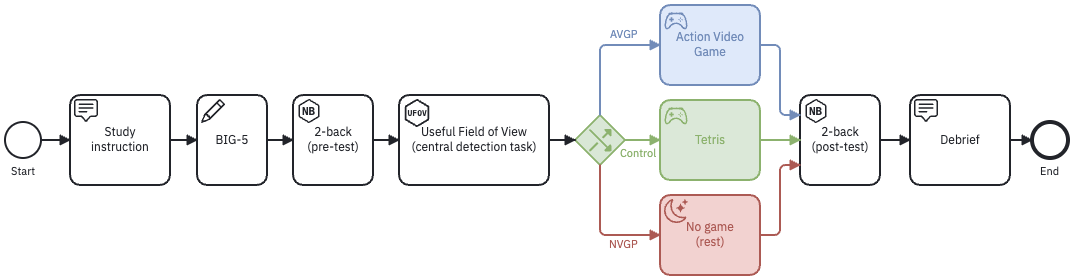
Above: assets/bpmn/studyflow_example_01.png in behaverse/data-model (BPMN), before the change. Its source is kept beside it as assets/bpmn/studyflow_example_01.bpmn. Ids are renumbered. The source it was exported from:
```xml
<bpmn2:definitions xmlns:xsi="http://www.w3.org/2001/XMLSchema-instance" xmlns:bpmn2="http://www.omg.org/spec/BPMN/20100524/MODEL" xmlns:bpmndi="http://www.omg.org/spec/BPMN/20100524/DI" xmlns:dc="http://www.omg.org/spec/DD/20100524/DC" xmlns:di="http://www.omg.org/spec/DD/20100524/DI" xmlns:studyflow="http://behaverse.org/schema/studyflow" xmlns:bioc="http://bpmn.io/schema/bpmn/biocolor/1.0" xmlns:color="http://www.omg.org/spec/BPMN/non-normative/color/1.0" id="sample-diagram" targetNamespace="http://bpmn.io/schema/bpmn" xsi:schemaLocation="http://www.omg.org/spec/BPMN/20100524/MODEL BPMN20.xsd">
  <bpmn2:process id="Process_1" isExecutable="false">
    <bpmn2:startEvent id="StartEvent_1" name="Start">
      <bpmn2:outgoing>Flow_n1</bpmn2:outgoing>
    </bpmn2:startEvent>
    <studyflow:cognitiveTest id="CognitiveTest_n2" name="2-back&#10;(pre-test)" instrument="behaverse" behaverseTask="NB" type="studyflow:CognitiveTest">
      <bpmn2:incoming>Flow_n3</bpmn2:incoming>
      <bpmn2:outgoing>Flow_n4</bpmn2:outgoing>
    </studyflow:cognitiveTest>
    <studyflow:questionnaire id="Questionnaire_n5" name="BIG-5" type="studyflow:Questionnaire">
      <bpmn2:incoming>Flow_n6</bpmn2:incoming>
      <bpmn2:outgoing>Flow_n3</bpmn2:outgoing>
    </studyflow:questionnaire>
    <studyflow:instruction id="Instruction_n7" name="Study instruction" type="studyflow:Instruction">
      <bpmn2:incoming>Flow_n1</bpmn2:incoming>
      <bpmn2:outgoing>Flow_n6</bpmn2:outgoing>
    </studyflow:instruction>
    <studyflow:cognitiveTest id="CognitiveTest_n8" name="Useful Field of View (central detection task)" instrument="behaverse" behaverseTask="UFOV" type="studyflow:CognitiveTest">
      <bpmn2:incoming>Flow_n4</bpmn2:incoming>
      <bpmn2:outgoing>Flow_n9</bpmn2:outgoing>
    </studyflow:cognitiveTest>
    <bpmn2:sequenceFlow id="Flow_n4" sourceRef="CognitiveTest_n2" targetRef="CognitiveTest_n8" />
    <bpmn2:sequenceFlow id="Flow_n3" sourceRef="Questionnaire_n5" targetRef="CognitiveTest_n2" />
    <bpmn2:sequenceFlow id="Flow_n6" sourceRef="Instruction_n7" targetRef="Questionnaire_n5" />
    <studyflow:randomGateway id="RandomGateway_n10" type="studyflow:RandomGateway">
      <bpmn2:incoming>Flow_n9</bpmn2:incoming>
      <bpmn2:outgoing>Flow_n11</bpmn2:outgoing>
      <bpmn2:outgoing>Flow_n12</bpmn2:outgoing>
      <bpmn2:outgoing>Flow_n13</bpmn2:outgoing>
    </studyflow:randomGateway>
    <bpmn2:sequenceFlow id="Flow_n9" sourceRef="CognitiveTest_n8" targetRef="RandomGateway_n10" />
    <studyflow:cognitiveTest id="CognitiveTest_n14" name="Action Video Game" instrument="videoGame" type="studyflow:CognitiveTest">
      <bpmn2:incoming>Flow_n11</bpmn2:incoming>
      <bpmn2:outgoing>Flow_n15</bpmn2:outgoing>
    </studyflow:cognitiveTest>
    <bpmn2:sequenceFlow id="Flow_n11" name="AVGP" sourceRef="RandomGateway_n10" targetRef="CognitiveTest_n14" />
    <studyflow:cognitiveTest id="CognitiveTest_n16" name="Tetris" instrument="videoGame" type="studyflow:CognitiveTest">
      <bpmn2:incoming>Flow_n12</bpmn2:incoming>
      <bpmn2:outgoing>Flow_n17</bpmn2:outgoing>
    </studyflow:cognitiveTest>
    <bpmn2:sequenceFlow id="Flow_n12" name="Control" sourceRef="RandomGateway_n10" targetRef="CognitiveTest_n16" />
    <bpmn2:endEvent id="Event_n18" name="End" studyflow:hasRedirectUrl="false">
      <bpmn2:incoming>Flow_n19</bpmn2:incoming>
    </bpmn2:endEvent>
    <bpmn2:sequenceFlow id="Flow_n15" sourceRef="CognitiveTest_n14" targetRef="Activity_n20" />
    <bpmn2:sequenceFlow id="Flow_n17" sourceRef="CognitiveTest_n16" targetRef="Activity_n20" />
    <bpmn2:sequenceFlow id="Flow_n1" sourceRef="StartEvent_1" targetRef="Instruction_n7" />
    <studyflow:cognitiveTest id="CognitiveTest_n21" name="No game&#10;(rest)" instrument="rest" type="studyflow:CognitiveTest">
      <bpmn2:incoming>Flow_n13</bpmn2:incoming>
      <bpmn2:outgoing>Flow_n22</bpmn2:outgoing>
    </studyflow:cognitiveTest>
    <bpmn2:sequenceFlow id="Flow_n13" name="NVGP" sourceRef="RandomGateway_n10" targetRef="CognitiveTest_n21" />
    <bpmn2:sequenceFlow id="Flow_n22" sourceRef="CognitiveTest_n21" targetRef="Activity_n20" />
    <studyflow:cognitiveTest id="Activity_n20" name="2-back&#10;(post-test)" instrument="behaverse" behaverseTask="NB">
      <bpmn2:incoming>Flow_n17</bpmn2:incoming>
      <bpmn2:incoming>Flow_n15</bpmn2:incoming>
      <bpmn2:incoming>Flow_n22</bpmn2:incoming>
      <bpmn2:outgoing>Flow_n23</bpmn2:outgoing>
    </studyflow:cognitiveTest>
    <studyflow:instruction id="Activity_n24" name="Debrief">
      <bpmn2:incoming>Flow_n23</bpmn2:incoming>
      <bpmn2:outgoing>Flow_n19</bpmn2:outgoing>
    </studyflow:instruction>
    <bpmn2:sequenceFlow id="Flow_n23" sourceRef="Activity_n20" targetRef="Activity_n24" />
    <bpmn2:sequenceFlow id="Flow_n19" sourceRef="Activity_n24" targetRef="Event_n18" />
  </bpmn2:process>
  <bpmndi:BPMNDiagram id="BPMNDiagram_1">
    <bpmndi:BPMNPlane id="BPMNPlane_1" bpmnElement="Process_1">
      <bpmndi:BPMNShape id="RandomGateway_n10_di" bpmnElement="RandomGateway_n10" isMarkerVisible="true" bioc:stroke="#8cb26e" bioc:fill="#d9e7d6" color:background-color="#d9e7d6" color:border-color="#8cb26e">
        <dc:Bounds x="795" y="440" width="50" height="50" />
        <bpmndi:BPMNLabel>
          <dc:Bounds x="741" y="360" width="58" height="40" />
        </bpmndi:BPMNLabel>
      </bpmndi:BPMNShape>
      <bpmndi:BPMNShape id="CognitiveTest_n16_di" bpmnElement="CognitiveTest_n16" bioc:stroke="#8cb26e" bioc:fill="#d9e7d6" color:background-color="#d9e7d6" color:border-color="#8cb26e">
        <dc:Bounds x="880" y="425" width="100" height="80" />
        <bpmndi:BPMNLabel />
      </bpmndi:BPMNShape>
      <bpmndi:BPMNShape id="CognitiveTest_n14_di" bpmnElement="CognitiveTest_n14" bioc:stroke="#728cb9" bioc:fill="#dde8fa" color:background-color="#dde8fa" color:border-color="#728cb9">
        <dc:Bounds x="880" y="330" width="100" height="80" />
        <bpmndi:BPMNLabel />
      </bpmndi:BPMNShape>
      <bpmndi:BPMNShape id="CognitiveTest_n21_di" bpmnElement="CognitiveTest_n21" bioc:stroke="#ac5a54" bioc:fill="#f1d0cd" color:background-color="#f1d0cd" color:border-color="#ac5a54">
        <dc:Bounds x="880" y="520" width="100" height="80" />
        <bpmndi:BPMNLabel />
      </bpmndi:BPMNShape>
      <bpmndi:BPMNShape id="CognitiveTest_n8_di" bpmnElement="CognitiveTest_n8">
        <dc:Bounds x="619" y="420" width="150" height="90" />
        <bpmndi:BPMNLabel />
      </bpmndi:BPMNShape>
      <bpmndi:BPMNShape id="CognitiveTest_n2_di" bpmnElement="CognitiveTest_n2">
        <dc:Bounds x="513" y="420" width="80" height="90" />
        <bpmndi:BPMNLabel />
      </bpmndi:BPMNShape>
      <bpmndi:BPMNShape id="Questionnaire_n5_di" bpmnElement="Questionnaire_n5">
        <dc:Bounds x="417" y="420" width="70" height="90" />
        <bpmndi:BPMNLabel />
      </bpmndi:BPMNShape>
      <bpmndi:BPMNShape id="Instruction_n7_di" bpmnElement="Instruction_n7">
        <dc:Bounds x="290" y="420" width="100" height="90" />
        <bpmndi:BPMNLabel />
      </bpmndi:BPMNShape>
      <bpmndi:BPMNShape id="_BPMNShape_StartEvent_2" bpmnElement="StartEvent_1">
        <dc:Bounds x="225" y="447" width="36" height="36" />
        <bpmndi:BPMNLabel>
          <dc:Bounds x="231" y="490" width="25" height="14" />
        </bpmndi:BPMNLabel>
      </bpmndi:BPMNShape>
      <bpmndi:BPMNShape id="BPMNShape_n25" bpmnElement="Activity_n20">
        <dc:Bounds x="1020" y="420" width="80" height="90" />
        <bpmndi:BPMNLabel />
      </bpmndi:BPMNShape>
      <bpmndi:BPMNShape id="BPMNShape_n26" bpmnElement="Activity_n24">
        <dc:Bounds x="1130" y="420" width="100" height="90" />
        <bpmndi:BPMNLabel />
      </bpmndi:BPMNShape>
      <bpmndi:BPMNShape id="Event_n18_di" bpmnElement="Event_n18">
        <dc:Bounds x="1252" y="447" width="36" height="36" />
        <bpmndi:BPMNLabel>
          <dc:Bounds x="1260" y="490" width="20" height="14" />
        </bpmndi:BPMNLabel>
      </bpmndi:BPMNShape>
      <bpmndi:BPMNEdge id="Flow_n4_di" bpmnElement="Flow_n4">
        <di:waypoint x="593" y="465" />
        <di:waypoint x="619" y="465" />
      </bpmndi:BPMNEdge>
      <bpmndi:BPMNEdge id="Flow_n9_di" bpmnElement="Flow_n9">
        <di:waypoint x="769" y="465" />
        <di:waypoint x="795" y="465" />
      </bpmndi:BPMNEdge>
      <bpmndi:BPMNEdge id="Flow_n11_di" bpmnElement="Flow_n11" bioc:stroke="#728cb9" color:border-color="#728cb9">
        <di:waypoint x="820" y="440" />
        <di:waypoint x="820" y="370" />
        <di:waypoint x="880" y="370" />
        <bpmndi:BPMNLabel>
          <dc:Bounds x="830" y="353" width="28" height="14" />
        </bpmndi:BPMNLabel>
      </bpmndi:BPMNEdge>
      <bpmndi:BPMNEdge id="Flow_n12_di" bpmnElement="Flow_n12" bioc:stroke="#8cb26e" color:border-color="#8cb26e">
        <di:waypoint x="845" y="465" />
        <di:waypoint x="880" y="465" />
        <bpmndi:BPMNLabel color:color="#8cb26e">
          <dc:Bounds x="840" y="472" width="37" height="14" />
        </bpmndi:BPMNLabel>
      </bpmndi:BPMNEdge>
      <bpmndi:BPMNEdge id="Flow_n13_di" bpmnElement="Flow_n13" bioc:stroke="#ac5a54" color:border-color="#ac5a54">
        <di:waypoint x="820" y="490" />
        <di:waypoint x="820" y="560" />
        <di:waypoint x="880" y="560" />
        <bpmndi:BPMNLabel>
          <dc:Bounds x="829" y="563" width="29" height="14" />
        </bpmndi:BPMNLabel>
      </bpmndi:BPMNEdge>
      <bpmndi:BPMNEdge id="Flow_n17_di" bpmnElement="Flow_n17" bioc:stroke="#8cb26e" color:border-color="#8cb26e">
        <di:waypoint x="980" y="465" />
        <di:waypoint x="1020" y="465" />
      </bpmndi:BPMNEdge>
      <bpmndi:BPMNEdge id="Flow_n15_di" bpmnElement="Flow_n15" bioc:stroke="#728cb9" color:border-color="#728cb9">
        <di:waypoint x="980" y="370" />
        <di:waypoint x="1000" y="370" />
        <di:waypoint x="1000" y="440" />
        <di:waypoint x="1020" y="440" />
      </bpmndi:BPMNEdge>
      <bpmndi:BPMNEdge id="Flow_n22_di" bpmnElement="Flow_n22" bioc:stroke="#ac5a54" color:border-color="#ac5a54">
        <di:waypoint x="980" y="560" />
        <di:waypoint x="1000" y="560" />
        <di:waypoint x="1000" y="490" />
        <di:waypoint x="1020" y="490" />
      </bpmndi:BPMNEdge>
      <bpmndi:BPMNEdge id="Flow_n3_di" bpmnElement="Flow_n3">
        <di:waypoint x="487" y="465" />
        <di:waypoint x="513" y="465" />
      </bpmndi:BPMNEdge>
      <bpmndi:BPMNEdge id="Flow_n6_di" bpmnElement="Flow_n6">
        <di:waypoint x="390" y="465" />
        <di:waypoint x="417" y="465" />
      </bpmndi:BPMNEdge>
      <bpmndi:BPMNEdge id="Flow_n1_di" bpmnElement="Flow_n1">
        <di:waypoint x="261" y="465" />
        <di:waypoint x="290" y="465" />
      </bpmndi:BPMNEdge>
      <bpmndi:BPMNEdge id="Flow_n23_di" bpmnElement="Flow_n23">
        <di:waypoint x="1100" y="465" />
        <di:waypoint x="1130" y="465" />
      </bpmndi:BPMNEdge>
      <bpmndi:BPMNEdge id="Flow_n19_di" bpmnElement="Flow_n19">
        <di:waypoint x="1230" y="465" />
        <di:waypoint x="1252" y="465" />
      </bpmndi:BPMNEdge>
    </bpmndi:BPMNPlane>
  </bpmndi:BPMNDiagram>
</bpmn2:definitions>
```
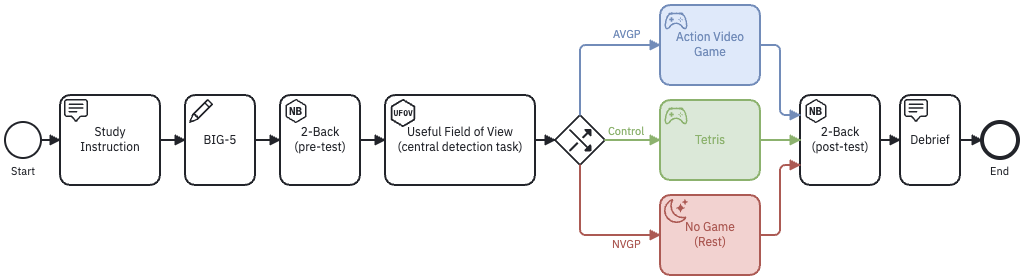
The same diagram one commit later.

Commit message:
update studyflow figure 1

What changed in the source:
```diff
@@ -3,7 +3,7 @@
     <bpmn2:startEvent id="StartEvent_1" name="Start">
       <bpmn2:outgoing>Flow_n1</bpmn2:outgoing>
     </bpmn2:startEvent>
-    <studyflow:cognitiveTest id="CognitiveTest_n2" name="2-back&#10;(pre-test)" instrument="behaverse" behaverseTask="NB" type="studyflow:CognitiveTest">
+    <studyflow:cognitiveTest id="CognitiveTest_n2" name="2-Back&#10;(pre-test)" instrument="behaverse" behaverseTask="NB" type="studyflow:CognitiveTest">
       <bpmn2:incoming>Flow_n3</bpmn2:incoming>
       <bpmn2:outgoing>Flow_n4</bpmn2:outgoing>
     </studyflow:cognitiveTest>
@@ -11,7 +11,7 @@
       <bpmn2:incoming>Flow_n6</bpmn2:incoming>
       <bpmn2:outgoing>Flow_n3</bpmn2:outgoing>
     </studyflow:questionnaire>
-    <studyflow:instruction id="Instruction_n7" name="Study instruction" type="studyflow:Instruction">
+    <studyflow:instruction id="Instruction_n7" name="Study Instruction" type="studyflow:Instruction">
       <bpmn2:incoming>Flow_n1</bpmn2:incoming>
       <bpmn2:outgoing>Flow_n6</bpmn2:outgoing>
     </studyflow:instruction>
@@ -45,13 +45,13 @@
     <bpmn2:sequenceFlow id="Flow_n15" sourceRef="CognitiveTest_n14" targetRef="Activity_n20" />
     <bpmn2:sequenceFlow id="Flow_n17" sourceRef="CognitiveTest_n16" targetRef="Activity_n20" />
     <bpmn2:sequenceFlow id="Flow_n1" sourceRef="StartEvent_1" targetRef="Instruction_n7" />
-    <studyflow:cognitiveTest id="CognitiveTest_n21" name="No game&#10;(rest)" instrument="rest" type="studyflow:CognitiveTest">
+    <studyflow:cognitiveTest id="CognitiveTest_n21" name="No Game&#10;(Rest)" instrument="rest" type="studyflow:CognitiveTest">
       <bpmn2:incoming>Flow_n13</bpmn2:incoming>
       <bpmn2:outgoing>Flow_n22</bpmn2:outgoing>
     </studyflow:cognitiveTest>
     <bpmn2:sequenceFlow id="Flow_n13" name="NVGP" sourceRef="RandomGateway_n10" targetRef="CognitiveTest_n21" />
     <bpmn2:sequenceFlow id="Flow_n22" sourceRef="CognitiveTest_n21" targetRef="Activity_n20" />
-    <studyflow:cognitiveTest id="Activity_n20" name="2-back&#10;(post-test)" instrument="behaverse" behaverseTask="NB">
+    <studyflow:cognitiveTest id="Activity_n20" name="2-Back&#10;(post-test)" instrument="behaverse" behaverseTask="NB">
       <bpmn2:incoming>Flow_n17</bpmn2:incoming>
       <bpmn2:incoming>Flow_n15</bpmn2:incoming>
       <bpmn2:incoming>Flow_n22</bpmn2:incoming>
@@ -66,94 +66,90 @@
   </bpmn2:process>
   <bpmndi:BPMNDiagram id="BPMNDiagram_1">
     <bpmndi:BPMNPlane id="BPMNPlane_1" bpmnElement="Process_1">
-      <bpmndi:BPMNShape id="RandomGateway_n10_di" bpmnElement="RandomGateway_n10" isMarkerVisible="true" bioc:stroke="#8cb26e" bioc:fill="#d9e7d6" color:background-color="#d9e7d6" color:border-color="#8cb26e">
-        <dc:Bounds x="795" y="440" width="50" height="50" />
+      <bpmndi:BPMNShape id="_BPMNShape_StartEvent_2" bpmnElement="StartEvent_1">
+        <dc:Bounds x="225" y="447" width="36" height="36" />
         <bpmndi:BPMNLabel>
-          <dc:Bounds x="741" y="360" width="58" height="40" />
+          <dc:Bounds x="231" y="490" width="25" height="14" />
         </bpmndi:BPMNLabel>
+      </bpmndi:BPMNShape>
+      <bpmndi:BPMNShape id="CognitiveTest_n14_di" bpmnElement="CognitiveTest_n14" bioc:stroke="#728cb9" bioc:fill="#dde8fa" color:background-color="#dde8fa" color:border-color="#728cb9">
+        <dc:Bounds x="880" y="330" width="100" height="80" />
+        <bpmndi:BPMNLabel />
       </bpmndi:BPMNShape>
       <bpmndi:BPMNShape id="CognitiveTest_n16_di" bpmnElement="CognitiveTest_n16" bioc:stroke="#8cb26e" bioc:fill="#d9e7d6" color:background-color="#d9e7d6" color:border-color="#8cb26e">
         <dc:Bounds x="880" y="425" width="100" height="80" />
-        <bpmndi:BPMNLabel />
-      </bpmndi:BPMNShape>
-      <bpmndi:BPMNShape id="CognitiveTest_n14_di" bpmnElement="CognitiveTest_n14" bioc:stroke="#728cb9" bioc:fill="#dde8fa" color:background-color="#dde8fa" color:border-color="#728cb9">
-        <dc:Bounds x="880" y="330" width="100" height="80" />
         <bpmndi:BPMNLabel />
       </bpmndi:BPMNShape>
       <bpmndi:BPMNShape id="CognitiveTest_n21_di" bpmnElement="CognitiveTest_n21" bioc:stroke="#ac5a54" bioc:fill="#f1d0cd" color:background-color="#f1d0cd" color:border-color="#ac5a54">
         <dc:Bounds x="880" y="520" width="100" height="80" />
         <bpmndi:BPMNLabel />
       </bpmndi:BPMNShape>
-      <bpmndi:BPMNShape id="CognitiveTest_n8_di" bpmnElement="CognitiveTest_n8">
-        <dc:Bounds x="619" y="420" width="150" height="90" />
-        <bpmndi:BPMNLabel />
-      </bpmndi:BPMNShape>
-      <bpmndi:BPMNShape id="CognitiveTest_n2_di" bpmnElement="CognitiveTest_n2">
-        <dc:Bounds x="513" y="420" width="80" height="90" />
-        <bpmndi:BPMNLabel />
-      </bpmndi:BPMNShape>
-      <bpmndi:BPMNShape id="Questionnaire_n5_di" bpmnElement="Questionnaire_n5">
-        <dc:Bounds x="417" y="420" width="70" height="90" />
-        <bpmndi:BPMNLabel />
-      </bpmndi:BPMNShape>
-      <bpmndi:BPMNShape id="Instruction_n7_di" bpmnElement="Instruction_n7">
-        <dc:Bounds x="290" y="420" width="100" height="90" />
-        <bpmndi:BPMNLabel />
-      </bpmndi:BPMNShape>
-      <bpmndi:BPMNShape id="_BPMNShape_StartEvent_2" bpmnElement="StartEvent_1">
-        <dc:Bounds x="225" y="447" width="36" height="36" />
-        <bpmndi:BPMNLabel>
-          <dc:Bounds x="231" y="490" width="25" height="14" />
-        </bpmndi:BPMNLabel>
-      </bpmndi:BPMNShape>
       <bpmndi:BPMNShape id="BPMNShape_n25" bpmnElement="Activity_n20">
         <dc:Bounds x="1020" y="420" width="80" height="90" />
         <bpmndi:BPMNLabel />
       </bpmndi:BPMNShape>
       <bpmndi:BPMNShape id="BPMNShape_n26" bpmnElement="Activity_n24">
-        <dc:Bounds x="1130" y="420" width="100" height="90" />
+        <dc:Bounds x="1120" y="420" width="60" height="90" />
         <bpmndi:BPMNLabel />
       </bpmndi:BPMNShape>
       <bpmndi:BPMNShape id="Event_n18_di" bpmnElement="Event_n18">
-        <dc:Bounds x="1252" y="447" width="36" height="36" />
+        <dc:Bounds x="1202" y="447" width="36" height="36" />
         <bpmndi:BPMNLabel>
-          <dc:Bounds x="1260" y="490" width="20" height="14" />
+          <dc:Bounds x="1210" y="490" width="20" height="14" />
+        </bpmndi:BPMNLabel>
+      </bpmndi:BPMNShape>
+      <bpmndi:BPMNShape id="Instruction_n7_di" bpmnElement="Instruction_n7">
+        <dc:Bounds x="280" y="420" width="100" height="90" />
+        <bpmndi:BPMNLabel />
+      </bpmndi:BPMNShape>
+      <bpmndi:BPMNShape id="Questionnaire_n5_di" bpmnElement="Questionnaire_n5">
+        <dc:Bounds x="405" y="420" width="70" height="90" />
+        <bpmndi:BPMNLabel />
+      </bpmndi:BPMNShape>
+      <bpmndi:BPMNShape id="CognitiveTest_n2_di" bpmnElement="CognitiveTest_n2">
+        <dc:Bounds x="500" y="420" width="80" height="90" />
+        <bpmndi:BPMNLabel />
+      </bpmndi:BPMNShape>
+      <bpmndi:BPMNShape id="CognitiveTest_n8_di" bpmnElement="CognitiveTest_n8">
+        <dc:Bounds x="605" y="420" width="150" height="90" />
+        <bpmndi:BPMNLabel />
+      </bpmndi:BPMNShape>
+      <bpmndi:BPMNShape id="RandomGateway_n10_di" bpmnElement="RandomGateway_n10" isMarkerVisible="true">
+        <dc:Bounds x="775" y="440" width="50" height="50" />
+        <bpmndi:BPMNLabel>
+          <dc:Bounds x="741" y="360" width="58" height="40" />
         </bpmndi:BPMNLabel>
       </bpmndi:BPMNShape>
       <bpmndi:BPMNEdge id="Flow_n4_di" bpmnElement="Flow_n4">
-        <di:waypoint x="593" y="465" />
-        <di:waypoint x="619" y="465" />
+        <di:waypoint x="580" y="465" />
+        <di:waypoint x="605" y="465" />
+      </bpmndi:BPMNEdge>
+      <bpmndi:BPMNEdge id="Flow_n3_di" bpmnElement="Flow_n3">
+        <di:waypoint x="475" y="465" />
+        <di:waypoint x="500" y="465" />
+      </bpmndi:BPMNEdge>
+      <bpmndi:BPMNEdge id="Flow_n6_di" bpmnElement="Flow_n6">
+        <di:waypoint x="380" y="465" />
+        <di:waypoint x="405" y="465" />
       </bpmndi:BPMNEdge>
       <bpmndi:BPMNEdge id="Flow_n9_di" bpmnElement="Flow_n9">
-        <di:waypoint x="769" y="465" />
-        <di:waypoint x="795" y="465" />
+        <di:waypoint x="755" y="465" />
+        <di:waypoint x="775" y="465" />
       </bpmndi:BPMNEdge>
       <bpmndi:BPMNEdge id="Flow_n11_di" bpmnElement="Flow_n11" bioc:stroke="#728cb9" color:border-color="#728cb9">
-        <di:waypoint x="820" y="440" />
-        <di:waypoint x="820" y="370" />
+        <di:waypoint x="800" y="440" />
+        <di:waypoint x="800" y="370" />
         <di:waypoint x="880" y="370" />
         <bpmndi:BPMNLabel>
-          <dc:Bounds x="830" y="353" width="28" height="14" />
+          <dc:Bounds x="833" y="353" width="28" height="14" />
         </bpmndi:BPMNLabel>
       </bpmndi:BPMNEdge>
       <bpmndi:BPMNEdge id="Flow_n12_di" bpmnElement="Flow_n12" bioc:stroke="#8cb26e" color:border-color="#8cb26e">
-        <di:waypoint x="845" y="465" />
+        <di:waypoint x="825" y="465" />
         <di:waypoint x="880" y="465" />
-        <bpmndi:BPMNLabel color:color="#8cb26e">
-          <dc:Bounds x="840" y="472" width="37" height="14" />
+        <bpmndi:BPMNLabel>
+          <dc:Bounds x="828" y="450" width="37" height="14" />
         </bpmndi:BPMNLabel>
-      </bpmndi:BPMNEdge>
-      <bpmndi:BPMNEdge id="Flow_n13_di" bpmnElement="Flow_n13" bioc:stroke="#ac5a54" color:border-color="#ac5a54">
-        <di:waypoint x="820" y="490" />
-        <di:waypoint x="820" y="560" />
-        <di:waypoint x="880" y="560" />
-        <bpmndi:BPMNLabel>
-          <dc:Bounds x="829" y="563" width="29" height="14" />
-        </bpmndi:BPMNLabel>
-      </bpmndi:BPMNEdge>
-      <bpmndi:BPMNEdge id="Flow_n17_di" bpmnElement="Flow_n17" bioc:stroke="#8cb26e" color:border-color="#8cb26e">
-        <di:waypoint x="980" y="465" />
-        <di:waypoint x="1020" y="465" />
       </bpmndi:BPMNEdge>
       <bpmndi:BPMNEdge id="Flow_n15_di" bpmnElement="Flow_n15" bioc:stroke="#728cb9" color:border-color="#728cb9">
         <di:waypoint x="980" y="370" />
@@ -161,31 +157,35 @@
         <di:waypoint x="1000" y="440" />
         <di:waypoint x="1020" y="440" />
       </bpmndi:BPMNEdge>
+      <bpmndi:BPMNEdge id="Flow_n17_di" bpmnElement="Flow_n17" bioc:stroke="#8cb26e" color:border-color="#8cb26e">
+        <di:waypoint x="980" y="465" />
+        <di:waypoint x="1020" y="465" />
+      </bpmndi:BPMNEdge>
+      <bpmndi:BPMNEdge id="Flow_n1_di" bpmnElement="Flow_n1">
+        <di:waypoint x="261" y="465" />
+        <di:waypoint x="280" y="465" />
+      </bpmndi:BPMNEdge>
+      <bpmndi:BPMNEdge id="Flow_n13_di" bpmnElement="Flow_n13" bioc:stroke="#ac5a54" color:border-color="#ac5a54">
+        <di:waypoint x="800" y="490" />
+        <di:waypoint x="800" y="560" />
+        <di:waypoint x="880" y="560" />
+        <bpmndi:BPMNLabel>
+          <dc:Bounds x="832" y="563" width="29" height="14" />
+        </bpmndi:BPMNLabel>
+      </bpmndi:BPMNEdge>
       <bpmndi:BPMNEdge id="Flow_n22_di" bpmnElement="Flow_n22" bioc:stroke="#ac5a54" color:border-color="#ac5a54">
         <di:waypoint x="980" y="560" />
         <di:waypoint x="1000" y="560" />
         <di:waypoint x="1000" y="490" />
         <di:waypoint x="1020" y="490" />
       </bpmndi:BPMNEdge>
-      <bpmndi:BPMNEdge id="Flow_n3_di" bpmnElement="Flow_n3">
-        <di:waypoint x="487" y="465" />
-        <di:waypoint x="513" y="465" />
-      </bpmndi:BPMNEdge>
-      <bpmndi:BPMNEdge id="Flow_n6_di" bpmnElement="Flow_n6">
-        <di:waypoint x="390" y="465" />
-        <di:waypoint x="417" y="465" />
-      </bpmndi:BPMNEdge>
-      <bpmndi:BPMNEdge id="Flow_n1_di" bpmnElement="Flow_n1">
-        <di:waypoint x="261" y="465" />
-        <di:waypoint x="290" y="465" />
-      </bpmndi:BPMNEdge>
       <bpmndi:BPMNEdge id="Flow_n23_di" bpmnElement="Flow_n23">
         <di:waypoint x="1100" y="465" />
-        <di:waypoint x="1130" y="465" />
+        <di:waypoint x="1120" y="465" />
       </bpmndi:BPMNEdge>
       <bpmndi:BPMNEdge id="Flow_n19_di" bpmnElement="Flow_n19">
-        <di:waypoint x="1230" y="465" />
-        <di:waypoint x="1252" y="465" />
+        <di:waypoint x="1180" y="465" />
+        <di:waypoint x="1202" y="465" />
       </bpmndi:BPMNEdge>
     </bpmndi:BPMNPlane>
   </bpmndi:BPMNDiagram>
```
